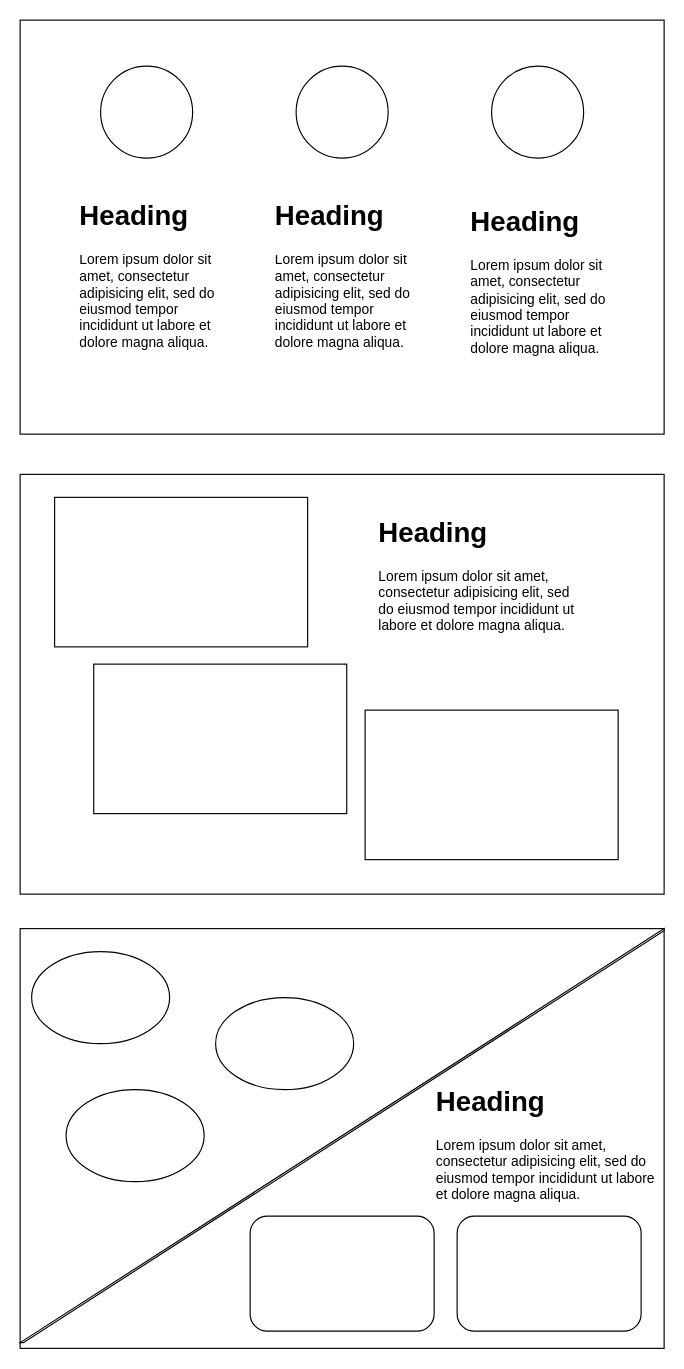
This is section.drawio from stanislavovnaam/web-portfolio, a draw.io file, before an edit. Source tidied: cells renumbered, new cells numbered last; positions are measured from the earlier drawing's top-left corner, leaving out a move shared by most shapes. Both pictures are drawn from the tidied source at 115%, with x=0, y=0 at pixel (20, 20).
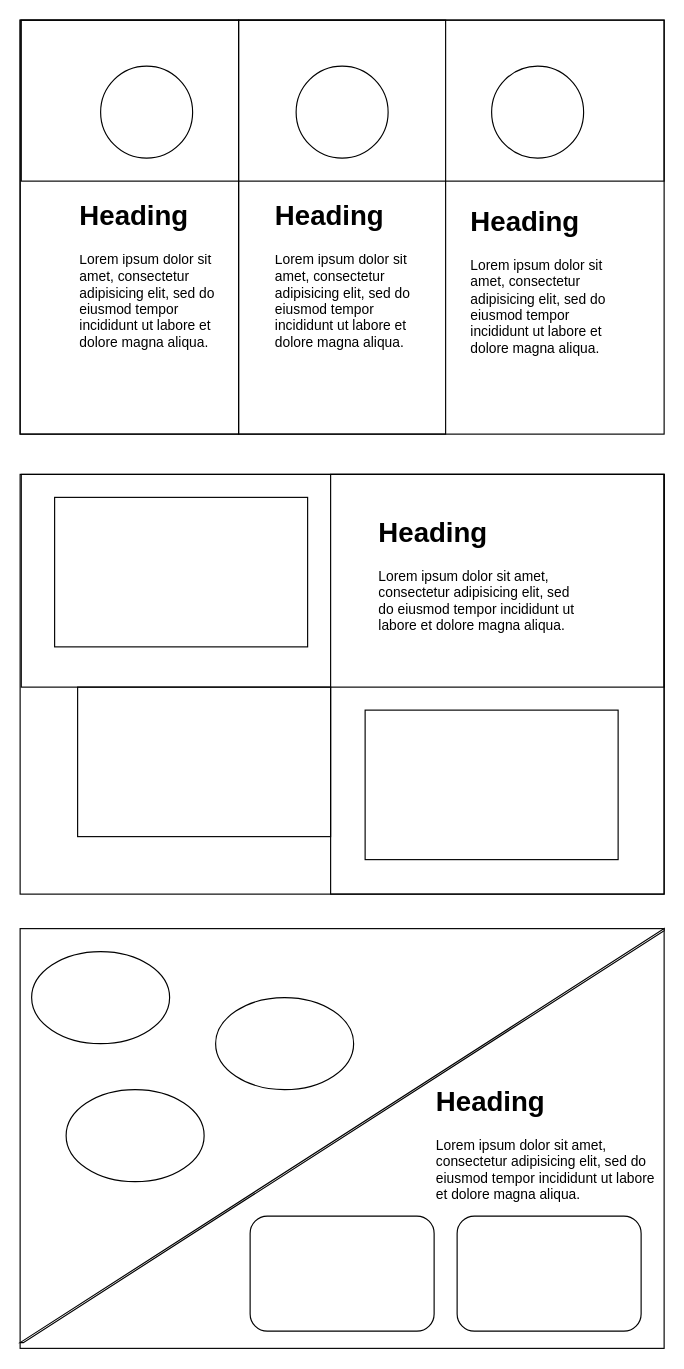
After the change.

What changed in the source:
```diff
@@
     <mxCell id="13" style="rounded=0;whiteSpace=wrap;html=1;" parent="1" vertex="1">
-      <mxGeometry x="64" y="560" width="220" height="130" as="geometry" />
+      <mxGeometry x="50" y="580" width="220" height="130" as="geometry" />
     </mxCell>
@@
+    <mxCell id="22" style="rounded=0;whiteSpace=wrap;html=1;fillColor=none;" parent="1" vertex="1">
+      <mxGeometry width="190" height="360" as="geometry" />
+    </mxCell>
+    <mxCell id="23" style="rounded=0;whiteSpace=wrap;html=1;fillColor=none;" parent="1" vertex="1">
+      <mxGeometry x="190" width="180" height="360" as="geometry" />
+    </mxCell>
+    <mxCell id="24" style="rounded=0;whiteSpace=wrap;html=1;fillColor=none;" parent="1" vertex="1">
+      <mxGeometry x="1" width="559" height="140" as="geometry" />
+    </mxCell>
+    <mxCell id="25" style="rounded=0;whiteSpace=wrap;html=1;fillColor=none;" parent="1" vertex="1">
+      <mxGeometry x="1" y="395" width="559" height="185" as="geometry" />
+    </mxCell>
+    <mxCell id="26" style="rounded=0;whiteSpace=wrap;html=1;fillColor=none;" parent="1" vertex="1">
+      <mxGeometry x="270" y="395" width="290" height="365" as="geometry" />
+    </mxCell>
```
